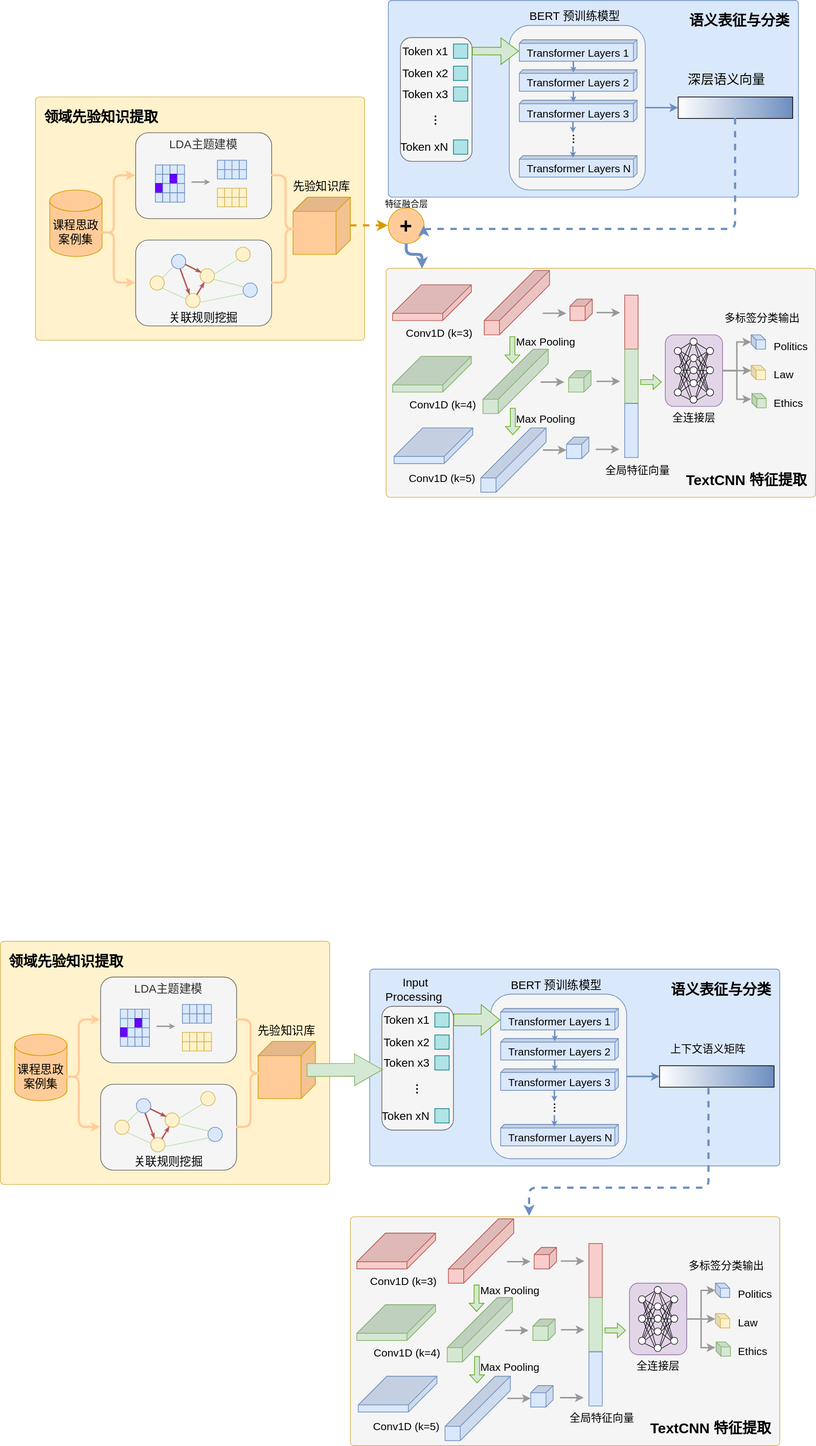
Earlier version of the draw.io export 1.16小论文（思政元素）模型架构图.drawio.svg (handsome-tony/picture). Source tidied: cells renumbered, new cells last; positions are measured from the earlier drawing's top-left corner, leaving out a move shared by most shapes.
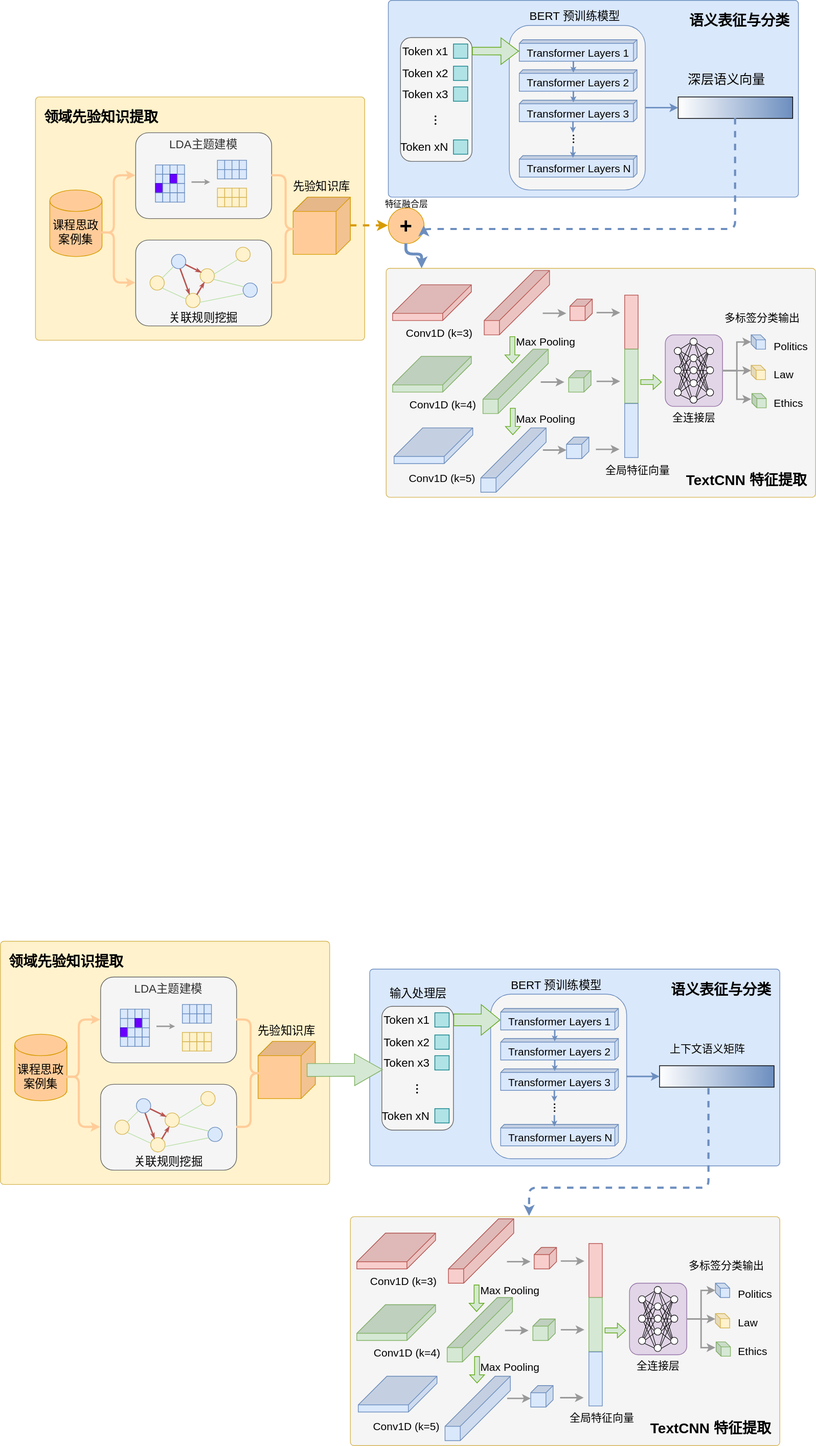
The same file after the commit.

Commit message:
更新1.16小论文（思政元素）模型架构图.drawio.svg

Diff of the diagram source:
```diff
@@ -941,8 +941,8 @@
         <mxPoint x="428" y="1495" as="sourcePoint" />
       </mxGeometry>
     </mxCell>
-    <mxCell id="265" value="&lt;span style=&quot;font-size: 16px;&quot;&gt;&amp;nbsp;Input Processing&lt;/span&gt;" style="text;html=1;strokeColor=none;fillColor=none;align=center;verticalAlign=middle;whiteSpace=wrap;rounded=0;" parent="1" vertex="1">
-      <mxGeometry x="533" y="1373" width="90" height="20" as="geometry" />
+    <mxCell id="265" value="&lt;span style=&quot;font-size: 16px;&quot;&gt;输入处理层&lt;/span&gt;" style="text;html=1;strokeColor=none;fillColor=none;align=center;verticalAlign=middle;whiteSpace=wrap;rounded=0;" parent="1" vertex="1">
+      <mxGeometry x="539" y="1378" width="90" height="20" as="geometry" />
     </mxCell>
     <mxCell id="266" value="&lt;font style=&quot;font-size: 20px;&quot;&gt;TextCNN 特征提取&lt;/font&gt;" style="rounded=1;whiteSpace=wrap;html=1;absoluteArcSize=1;arcSize=10;fillColor=#F5F5F5;strokeColor=#d6b656;verticalAlign=bottom;align=right;spacingRight=10;spacingBottom=10;fontSize=14;fontStyle=1;" parent="1" vertex="1">
       <mxGeometry x="489" y="1700" width="600" height="320" as="geometry" />
```
